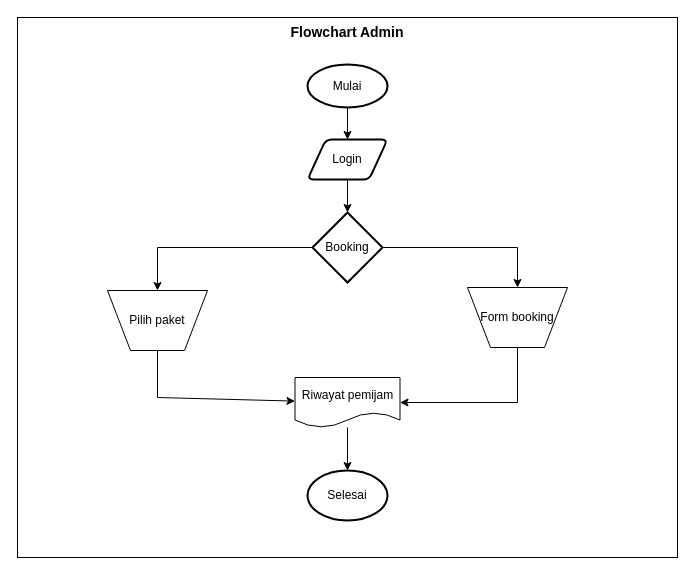
The draw.io diagram page "flowchartAdmin" (6 of 7) of alur-bisnis.drawio in ZulpaAgustin/BookNow, before the edit. Source tidied: cells renumbered, new cells numbered last; positions are measured from the earlier drawing's top-left corner, leaving out a move shared by most shapes. Both pictures are drawn from the tidied source at 100%, with x=0, y=0 at pixel (17, 17).
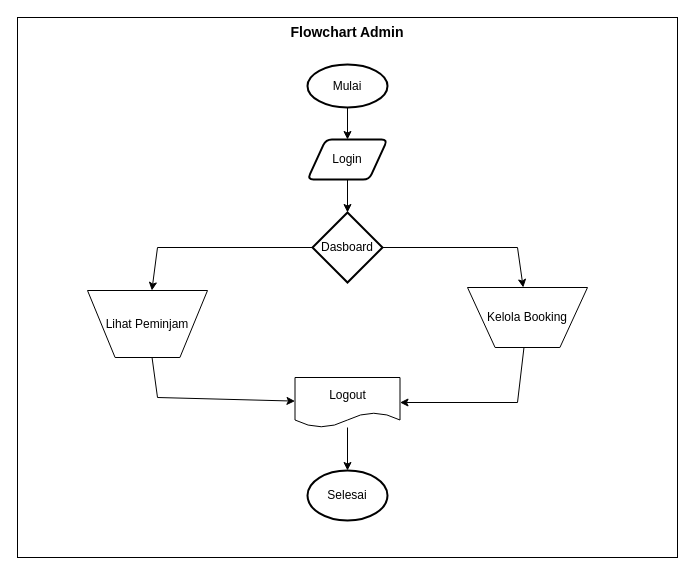
After the change.

Diff of the diagram source:
```diff
@@
-    <mxCell id="3" value="Booking" style="strokeWidth=2;html=1;shape=mxgraph.flowchart.decision;whiteSpace=wrap;" parent="1" vertex="1">
+    <mxCell id="3" value="Dasboard" style="strokeWidth=2;html=1;shape=mxgraph.flowchart.decision;whiteSpace=wrap;" parent="1" vertex="1">
       <mxGeometry x="295" y="195" width="70" height="70" as="geometry" />
     </mxCell>
@@
-    <mxCell id="9" value="Riwayat pemijam" style="shape=document;whiteSpace=wrap;html=1;boundedLbl=1;" parent="1" vertex="1">
+    <mxCell id="9" value="Logout" style="shape=document;whiteSpace=wrap;html=1;boundedLbl=1;" parent="1" vertex="1">
       <mxGeometry x="277.5" y="360" width="105" height="50" as="geometry" />
     </mxCell>
-    <mxCell id="10" value="Pilih paket" style="verticalLabelPosition=middle;verticalAlign=middle;html=1;shape=trapezoid;perimeter=trapezoidPerimeter;whiteSpace=wrap;size=0.23;arcSize=10;flipV=1;labelPosition=center;align=center;" parent="1" vertex="1">
-      <mxGeometry x="90" y="273" width="100" height="60" as="geometry" />
+    <mxCell id="10" value="Lihat Peminjam" style="verticalLabelPosition=middle;verticalAlign=middle;html=1;shape=trapezoid;perimeter=trapezoidPerimeter;whiteSpace=wrap;size=0.23;arcSize=10;flipV=1;labelPosition=center;align=center;" parent="1" vertex="1">
+      <mxGeometry x="70" y="273" width="120" height="67" as="geometry" />
     </mxCell>
-    <mxCell id="11" value="Form booking" style="verticalLabelPosition=middle;verticalAlign=middle;html=1;shape=trapezoid;perimeter=trapezoidPerimeter;whiteSpace=wrap;size=0.23;arcSize=10;flipV=1;labelPosition=center;align=center;" parent="1" vertex="1">
-      <mxGeometry x="450" y="270" width="100" height="60" as="geometry" />
+    <mxCell id="11" value="Kelola Booking" style="verticalLabelPosition=middle;verticalAlign=middle;html=1;shape=trapezoid;perimeter=trapezoidPerimeter;whiteSpace=wrap;size=0.23;arcSize=10;flipV=1;labelPosition=center;align=center;" parent="1" vertex="1">
+      <mxGeometry x="450" y="270" width="120" height="60" as="geometry" />
     </mxCell>
```
